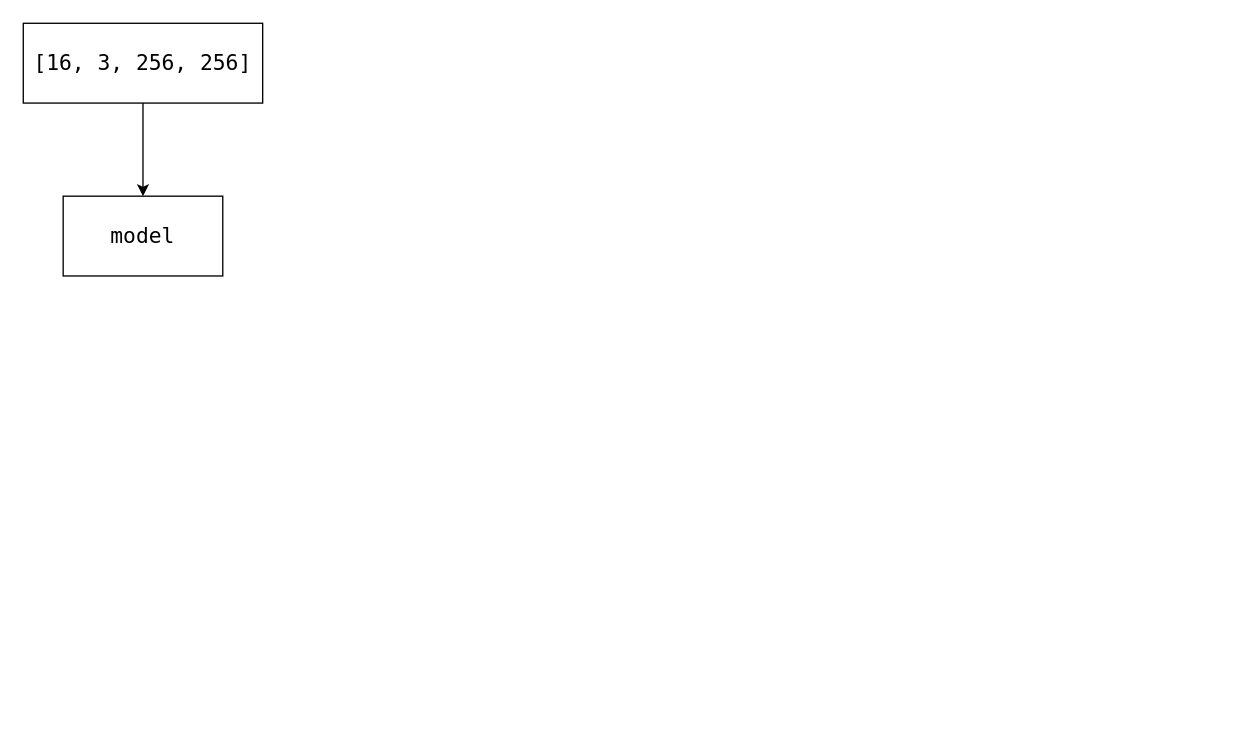
Earlier version of the draw.io diagram XML/compressai.drawio (Joeyrr/draw.io). Source tidied: cells renumbered, new cells numbered last; positions are measured from the earlier drawing's top-left corner, leaving out a move shared by most shapes. Both pictures are drawn from the tidied source at 133%, with x=0, y=0 at pixel (23, 23).
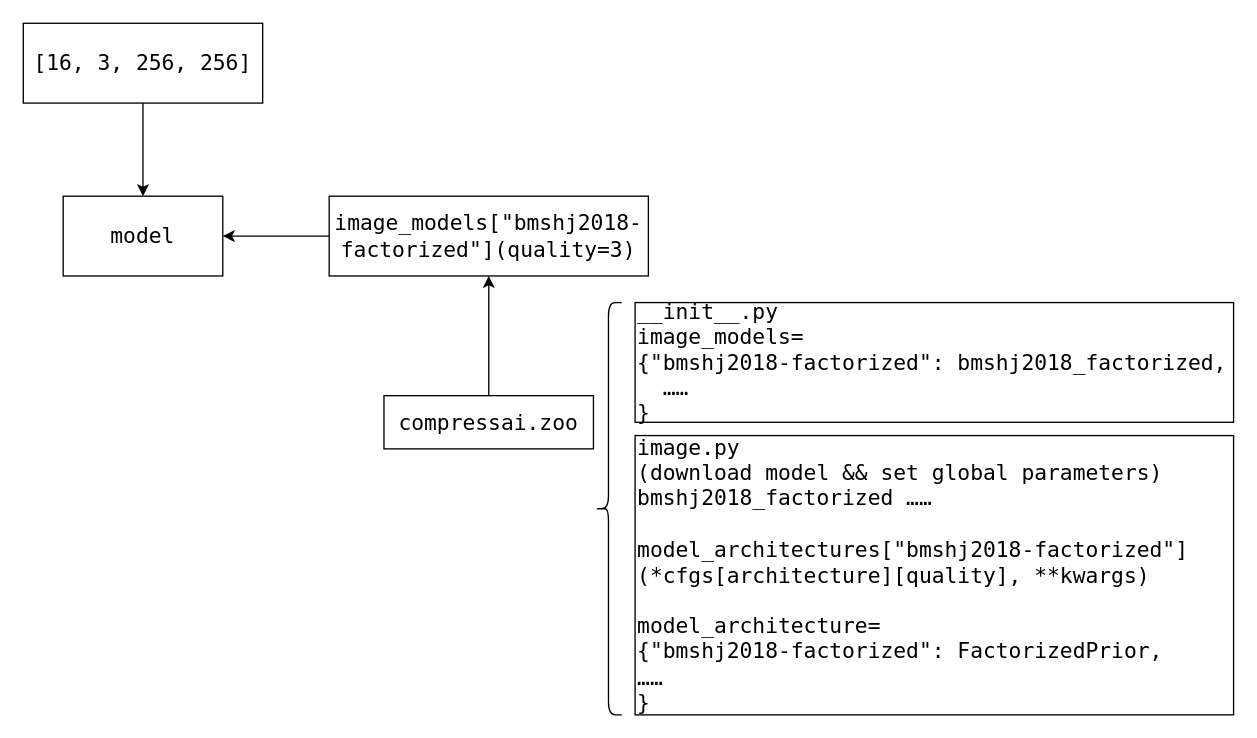
The same page after the edit.

Diff of the diagram source:
```diff
@@
 <mxGraphModel>
   <root>
     <mxCell id="0" />
     <mxCell id="1" parent="0" />
     <mxCell id="2" style="edgeStyle=orthogonalEdgeStyle;rounded=0;jettySize=auto;html=1;fontFamily=Lucida Console;fontSize=16;" parent="1" edge="1" source="3" target="4">
       <mxGeometry relative="1" as="geometry" />
     </mxCell>
     <mxCell id="3" value="[16, 3, 256, 256]" style="whiteSpace=wrap;html=1;fontFamily=Lucida Console;fontSize=16;" parent="1" vertex="1">
       <mxGeometry width="180" height="60" as="geometry" />
     </mxCell>
     <mxCell id="4" value="model" style="whiteSpace=wrap;html=1;fontSize=16;fontFamily=Lucida Console;" parent="1" vertex="1">
       <mxGeometry x="30" y="130" width="120" height="60" as="geometry" />
     </mxCell>
+    <mxCell id="5" style="edgeStyle=orthogonalEdgeStyle;rounded=0;jettySize=auto;html=1;fontFamily=Lucida Console;fontSize=16;" parent="1" edge="1" source="6" target="4">
+      <mxGeometry relative="1" as="geometry" />
+    </mxCell>
+    <mxCell id="6" value="image_models[&quot;bmshj2018-factorized&lt;span style=&quot;background-color: initial;&quot;&gt;&quot;](quality=3)&lt;/span&gt;" style="whiteSpace=wrap;html=1;fontSize=16;fontFamily=Lucida Console;" parent="1" vertex="1">
+      <mxGeometry x="230" y="130" width="240" height="60" as="geometry" />
+    </mxCell>
+    <mxCell id="7" style="edgeStyle=orthogonalEdgeStyle;rounded=0;jettySize=auto;html=1;fontFamily=Lucida Console;fontSize=16;" parent="1" edge="1" source="8" target="6">
+      <mxGeometry relative="1" as="geometry" />
+    </mxCell>
+    <mxCell id="8" value="compressai.zoo&lt;br&gt;" style="whiteSpace=wrap;html=1;fontSize=16;fontFamily=Lucida Console;" parent="1" vertex="1">
+      <mxGeometry x="271.2" y="280" width="157.5" height="40" as="geometry" />
+    </mxCell>
+    <mxCell id="9" style="shape=curlyBracket;whiteSpace=wrap;html=1;rounded=1;fontFamily=Lucida Console;fontSize=16;size=0.5;" parent="1" vertex="1">
+      <mxGeometry x="430" y="210" width="20" height="310" as="geometry" />
+    </mxCell>
+    <mxCell id="10" value="__init__.py&lt;br&gt;image_models=&lt;br&gt;{&quot;bmshj2018-factorized&quot;: bmshj2018_factorized, &lt;br&gt;&amp;nbsp; ……&lt;br&gt;}" style="whiteSpace=wrap;html=1;fontFamily=Lucida Console;fontSize=16;align=left;" parent="1" vertex="1">
+      <mxGeometry x="460" y="210" width="450" height="90" as="geometry" />
+    </mxCell>
+    <mxCell id="11" value="image.py &lt;br&gt;(download model &amp;amp;&amp;amp; set global parameters)&lt;br&gt;bmshj2018_factorized ……&lt;br&gt;&lt;br&gt;model_architectures[&quot;bmshj2018-factorized&quot;](*cfgs[architecture][quality], **kwargs)&lt;br&gt;&lt;br&gt;model_architecture=&lt;br&gt;{&quot;bmshj2018-factorized&quot;: FactorizedPrior,&lt;br&gt;……&lt;br&gt;}" style="whiteSpace=wrap;html=1;fontFamily=Lucida Console;fontSize=16;align=left;" parent="1" vertex="1">
+      <mxGeometry x="460" y="310" width="450" height="210" as="geometry" />
+    </mxCell>
   </root>
 </mxGraphModel>
```
